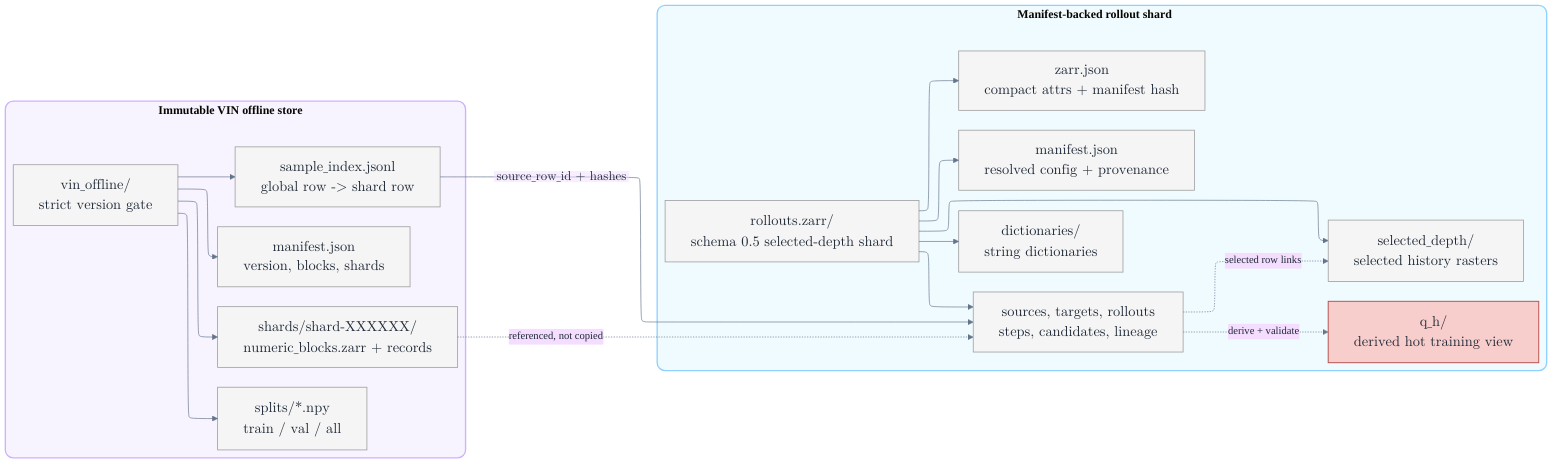
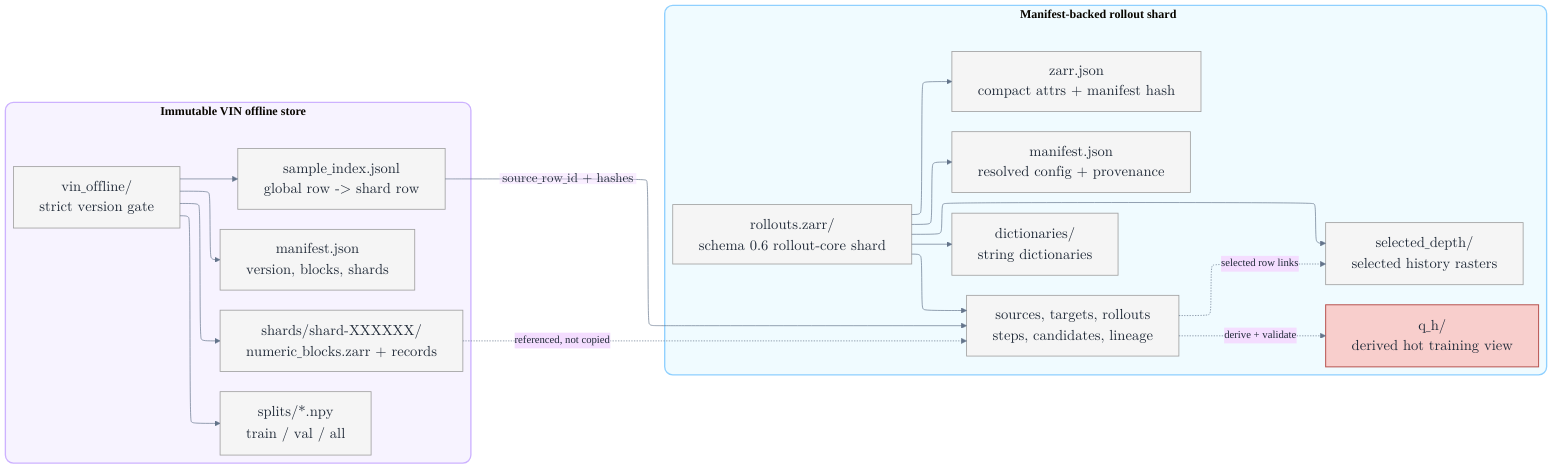
---
config:
  theme: base
  htmlLabels: true
  flowchart:
    htmlLabels: true
    nodeSpacing: 22
    rankSpacing: 34
    curve: basis
  layout: elk
  themeVariables:
    background: "#ffffff"
    fontFamily: "Inter, DejaVu Sans, Arial, sans-serif"
    fontSize: "18px"
    primaryTextColor: "#1f2937"
    lineColor: "#64748b"
  themeCSS: |
    .nodeLabel { font-size: 18px; }
    .edgeLabel { font-size: 16px; }
    .cluster-label { font-size: 18px; font-weight: 700; }
---
flowchart LR
  subgraph Vin["Immutable VIN offline store"]
    VinRoot["$$\\begin{array}{c}\\textbf{\\texttt{vin\\_offline/}}\\\\\\text{strict version gate}\\end{array}$$"]
    VinManifest["$$\\begin{array}{c}\\texttt{manifest.json}\\\\\\text{version, blocks, shards}\\end{array}$$"]
    VinIndex["$$\\begin{array}{c}\\texttt{sample\\_index.jsonl}\\\\\\text{global row -> shard row}\\end{array}$$"]
    VinSplits["$$\\begin{array}{c}\\texttt{splits/*.npy}\\\\\\texttt{train}\\ /\\ \\texttt{val}\\ /\\ \\texttt{all}\\end{array}$$"]
    VinShard["$$\\begin{array}{c}\\texttt{shards/shard-XXXXXX/}\\\\\\texttt{numeric\\_blocks.zarr}\\ +\\ \\text{records}\\end{array}$$"]
  end

  subgraph Rollout["Manifest-backed rollout shard"]
-     RollRoot["$$\\begin{array}{c}\\textbf{\\texttt{rollouts.zarr/}}\\\\\\text{schema 0.5 selected-depth shard}\\end{array}$$"]
+     RollRoot["$$\\begin{array}{c}\\textbf{\\texttt{rollouts.zarr/}}\\\\\\text{schema 0.6 rollout-core shard}\\end{array}$$"]
    RollZarr["$$\\begin{array}{c}\\texttt{zarr.json}\\\\\\text{compact attrs + manifest hash}\\end{array}$$"]
    RollManifest["$$\\begin{array}{c}\\texttt{manifest.json}\\\\\\text{resolved config + provenance}\\end{array}$$"]
    RollDict["$$\\begin{array}{c}\\texttt{dictionaries/}\\\\\\text{string dictionaries}\\end{array}$$"]
    RollTables["$$\\begin{array}{c}\\texttt{sources, targets, rollouts}\\\\\\texttt{steps, candidates, lineage}\\end{array}$$"]
    RollDepth["$$\\begin{array}{c}\\texttt{selected\\_depth/}\\\\\\text{selected history rasters}\\end{array}$$"]
    RollQH["$$\\begin{array}{c}\\texttt{q\\_h/}\\\\\\text{derived hot training view}\\end{array}$$"]
  end

  VinRoot --> VinManifest
  VinRoot --> VinIndex
  VinRoot --> VinSplits
  VinRoot --> VinShard
  RollRoot --> RollZarr
  RollRoot --> RollManifest
  RollRoot --> RollDict
  RollRoot --> RollTables
  RollRoot --> RollDepth
  RollTables -. "selected row links" .-> RollDepth
  RollTables -. "derive + validate" .-> RollQH
  VinIndex -->|"$$\\texttt{source\\_row\\_id}\\ +\\ \\text{hashes}$$"| RollTables
  VinShard -. "referenced, not copied" .-> RollTables

  classDef input fill:#D5E8D4,stroke:#82B366,stroke-width:1.5px,rx:0,ry:0;
  classDef output fill:#F8CECC,stroke:#B85450,stroke-width:1.5px,rx:0,ry:0;
  classDef compute fill:#E1D5E7,stroke:#9673A6,stroke-width:1.5px,rx:8,ry:8;
  classDef data fill:#F5F5F5,stroke:#9E9E9E,stroke-width:1.2px,rx:0,ry:0;

  class VinRoot,RollRoot,VinManifest,VinIndex,VinSplits,VinShard,RollZarr,RollManifest,RollDict,RollTables,RollDepth data;
  class RollQH output;

  style Vin fill:#f7f3ff,stroke:#cdb2ff,stroke-width:2px,rx:12,ry:12
  style Rollout fill:#f0fbff,stroke:#8fd0ff,stroke-width:2px,rx:12,ry:12
